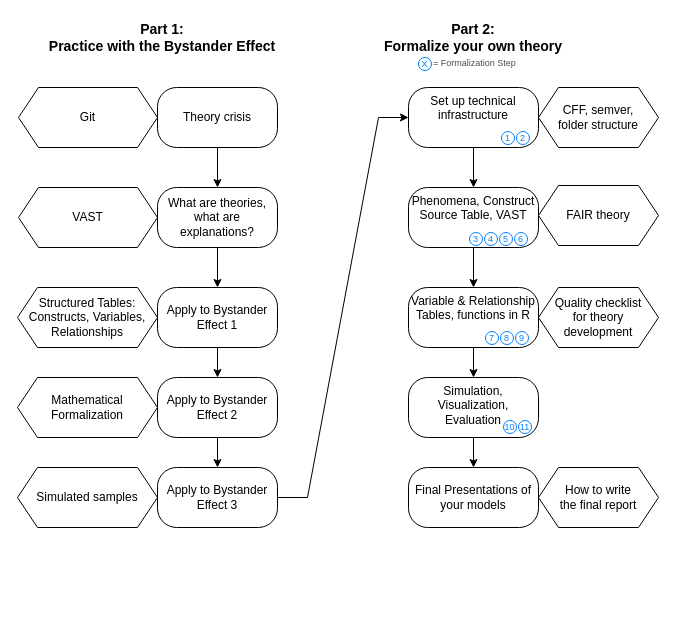
Above: sessions/img/Mixed_diagrams_for_sessions.drawio in nicebread/FOMO-Psy (draw.io), before the change. Source tidied: cells renumbered, new cells numbered last; positions are measured from the earlier drawing's top-left corner, leaving out a move shared by most shapes. Both pictures are drawn from the tidied source at 100%, with x=0, y=0 at pixel (17, 17).
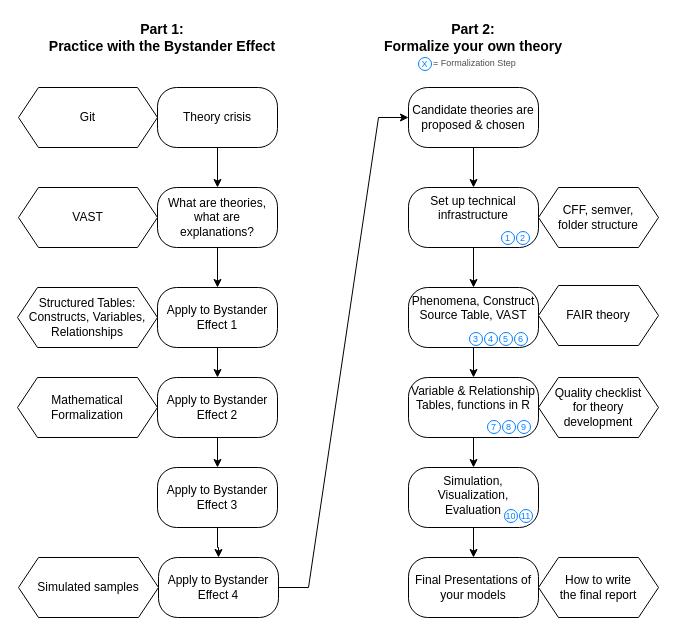
The same page after the edit.

The change refers to these unchanged cells:
```xml
<mxCell id="9" value="Apply to Bystander Effect 3" style="rounded=1;whiteSpace=wrap;html=1;arcSize=32;" parent="1" vertex="1">
  <mxGeometry x="140" y="450" width="120" height="60" as="geometry" />
</mxCell>
```

Diff of the diagram source:
```diff
@@
-    <mxCell id="8" style="edgeStyle=entityRelationEdgeStyle;rounded=0;jettySize=auto;html=1;" parent="1" edge="1" source="9" target="13">
+    <mxCell id="8" style="edgeStyle=entityRelationEdgeStyle;rounded=0;jettySize=auto;html=1;" parent="1" edge="1" source="46" target="48">
       <mxGeometry relative="1" as="geometry" />
     </mxCell>
+    <mxCell id="45" style="edgeStyle=orthogonalEdgeStyle;rounded=0;jettySize=auto;html=1;" parent="1" edge="1" source="9" target="46">
+      <mxGeometry relative="1" as="geometry" />
+    </mxCell>
@@
     <mxCell id="13" value="Set up technical infrastructure" style="rounded=1;whiteSpace=wrap;html=1;arcSize=32;verticalAlign=top;" parent="1" vertex="1">
-      <mxGeometry x="391" y="70" width="130" height="60" as="geometry" />
+      <mxGeometry x="391" y="170" width="130" height="60" as="geometry" />
     </mxCell>
@@
     <mxCell id="15" value="Phenomena, Construct Source Table, VAST" style="rounded=1;whiteSpace=wrap;html=1;arcSize=32;verticalAlign=top;" parent="1" vertex="1">
-      <mxGeometry x="391" y="170" width="130" height="60" as="geometry" />
+      <mxGeometry x="391" y="270" width="130" height="60" as="geometry" />
     </mxCell>
@@
     <mxCell id="17" value="Variable &amp;amp; Relationship Tables, functions in R" style="rounded=1;whiteSpace=wrap;html=1;arcSize=32;verticalAlign=top;" parent="1" vertex="1">
-      <mxGeometry x="391" y="270" width="130" height="60" as="geometry" />
+      <mxGeometry x="391" y="360" width="130" height="60" as="geometry" />
     </mxCell>
@@
     <mxCell id="19" value="Simulation, Visualization, Evaluation" style="rounded=1;whiteSpace=wrap;html=1;arcSize=32;verticalAlign=top;align=center;" parent="1" vertex="1">
-      <mxGeometry x="391" y="360" width="130" height="60" as="geometry" />
+      <mxGeometry x="391" y="450" width="130" height="60" as="geometry" />
     </mxCell>
@@
     <mxCell id="23" value="1" style="ellipse;whiteSpace=wrap;html=1;fontSize=9;fontColor=#007FFF;strokeColor=#007FFF;" parent="1" vertex="1">
-      <mxGeometry x="484" y="114" width="13" height="13" as="geometry" />
+      <mxGeometry x="484" y="214" width="13" height="13" as="geometry" />
     </mxCell>
     <mxCell id="24" value="2" style="ellipse;whiteSpace=wrap;html=1;fontSize=9;fontColor=#007FFF;strokeColor=#007FFF;" parent="1" vertex="1">
-      <mxGeometry x="499" y="114" width="13" height="13" as="geometry" />
+      <mxGeometry x="499" y="214" width="13" height="13" as="geometry" />
     </mxCell>
@@
     <mxCell id="27" value="3" style="ellipse;whiteSpace=wrap;html=1;fontSize=9;fontColor=#007FFF;strokeColor=#007FFF;" parent="1" vertex="1">
-      <mxGeometry x="452" y="215" width="13" height="13" as="geometry" />
+      <mxGeometry x="452" y="315" width="13" height="13" as="geometry" />
     </mxCell>
     <mxCell id="28" value="4" style="ellipse;whiteSpace=wrap;html=1;fontSize=9;fontColor=#007FFF;strokeColor=#007FFF;" parent="1" vertex="1">
-      <mxGeometry x="467" y="215" width="13" height="13" as="geometry" />
+      <mxGeometry x="467" y="315" width="13" height="13" as="geometry" />
     </mxCell>
     <mxCell id="29" value="5" style="ellipse;whiteSpace=wrap;html=1;fontSize=9;fontColor=#007FFF;strokeColor=#007FFF;" parent="1" vertex="1">
-      <mxGeometry x="482" y="215" width="13" height="13" as="geometry" />
+      <mxGeometry x="482" y="315" width="13" height="13" as="geometry" />
     </mxCell>
     <mxCell id="30" value="6" style="ellipse;whiteSpace=wrap;html=1;fontSize=9;fontColor=#007FFF;strokeColor=#007FFF;" parent="1" vertex="1">
-      <mxGeometry x="497" y="215" width="13" height="13" as="geometry" />
+      <mxGeometry x="497" y="315" width="13" height="13" as="geometry" />
     </mxCell>
     <mxCell id="31" value="CFF, semver, &lt;br&gt;folder structure" style="shape=hexagon;perimeter=hexagonPerimeter2;whiteSpace=wrap;html=1;fixedSize=1;" parent="1" vertex="1">
-      <mxGeometry x="521" y="70" width="120" height="60" as="geometry" />
+      <mxGeometry x="521" y="170" width="120" height="60" as="geometry" />
     </mxCell>
     <mxCell id="32" value="FAIR theory" style="shape=hexagon;perimeter=hexagonPerimeter2;whiteSpace=wrap;html=1;fixedSize=1;" parent="1" vertex="1">
-      <mxGeometry x="521" y="168" width="120" height="60" as="geometry" />
+      <mxGeometry x="521" y="268" width="120" height="60" as="geometry" />
     </mxCell>
     <mxCell id="33" value="Quality checklist &lt;br&gt;for theory&lt;br&gt;development" style="shape=hexagon;perimeter=hexagonPerimeter2;whiteSpace=wrap;html=1;fixedSize=1;" parent="1" vertex="1">
-      <mxGeometry x="521" y="270" width="120" height="60" as="geometry" />
+      <mxGeometry x="521" y="360" width="120" height="60" as="geometry" />
     </mxCell>
     <mxCell id="34" value="7" style="ellipse;whiteSpace=wrap;html=1;fontSize=9;fontColor=#007FFF;strokeColor=#007FFF;" parent="1" vertex="1">
-      <mxGeometry x="468" y="314" width="13" height="13" as="geometry" />
+      <mxGeometry x="470" y="403" width="13" height="13" as="geometry" />
     </mxCell>
     <mxCell id="35" value="8" style="ellipse;whiteSpace=wrap;html=1;fontSize=9;fontColor=#007FFF;strokeColor=#007FFF;" parent="1" vertex="1">
-      <mxGeometry x="483" y="314" width="13" height="13" as="geometry" />
+      <mxGeometry x="485" y="403" width="13" height="13" as="geometry" />
     </mxCell>
     <mxCell id="36" value="9" style="ellipse;whiteSpace=wrap;html=1;fontSize=9;fontColor=#007FFF;strokeColor=#007FFF;" parent="1" vertex="1">
-      <mxGeometry x="498" y="314" width="13" height="13" as="geometry" />
+      <mxGeometry x="500" y="403" width="13" height="13" as="geometry" />
     </mxCell>
     <mxCell id="37" value="10" style="ellipse;whiteSpace=wrap;html=1;fontSize=9;fontColor=#007FFF;strokeColor=#007FFF;" parent="1" vertex="1">
-      <mxGeometry x="486" y="403" width="13" height="13" as="geometry" />
+      <mxGeometry x="487" y="492" width="13" height="13" as="geometry" />
     </mxCell>
     <mxCell id="38" value="11" style="ellipse;whiteSpace=wrap;html=1;fontSize=9;fontColor=#007FFF;strokeColor=#007FFF;" parent="1" vertex="1">
-      <mxGeometry x="501" y="403" width="13" height="13" as="geometry" />
+      <mxGeometry x="502" y="492" width="13" height="13" as="geometry" />
     </mxCell>
     <mxCell id="39" value="Final Presentations of your models" style="rounded=1;whiteSpace=wrap;html=1;arcSize=32;" parent="1" vertex="1">
-      <mxGeometry x="391" y="450" width="130" height="60" as="geometry" />
+      <mxGeometry x="391" y="540" width="130" height="60" as="geometry" />
     </mxCell>
     <mxCell id="40" value="How to write &lt;br&gt;the final report" style="shape=hexagon;perimeter=hexagonPerimeter2;whiteSpace=wrap;html=1;fixedSize=1;" parent="1" vertex="1">
-      <mxGeometry x="521" y="450" width="120" height="60" as="geometry" />
+      <mxGeometry x="521" y="540" width="120" height="60" as="geometry" />
     </mxCell>
@@
+    <mxCell id="46" value="Apply to Bystander Effect 4" style="rounded=1;whiteSpace=wrap;html=1;arcSize=32;" parent="1" vertex="1">
+      <mxGeometry x="141" y="540" width="120" height="60" as="geometry" />
+    </mxCell>
     <mxCell id="44" value="Simulated samples" style="shape=hexagon;perimeter=hexagonPerimeter2;whiteSpace=wrap;html=1;fixedSize=1;" parent="1" vertex="1">
-      <mxGeometry y="450" width="140" height="60" as="geometry" />
+      <mxGeometry x="1" y="540" width="140" height="60" as="geometry" />
     </mxCell>
+    <mxCell id="47" style="edgeStyle=orthogonalEdgeStyle;rounded=0;jettySize=auto;html=1;" parent="1" edge="1" source="48" target="13">
+      <mxGeometry relative="1" as="geometry" />
+    </mxCell>
+    <mxCell id="48" value="Candidate theories are proposed &amp;amp; chosen" style="rounded=1;whiteSpace=wrap;html=1;arcSize=32;" parent="1" vertex="1">
+      <mxGeometry x="391" y="70" width="130" height="60" as="geometry" />
+    </mxCell>
```
